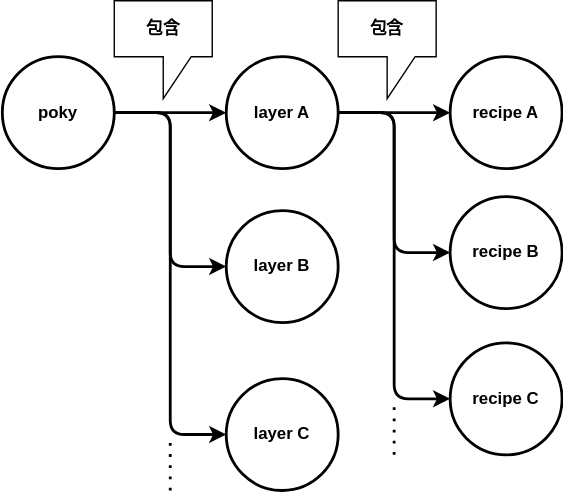
AngryMane/yocto-learning keeps this draw.io diagram as manual/docs/images/poky-layer-recipe.drawio.svg. Above is the earlier version. Source tidied: cells renumbered, new cells last; positions are measured from the earlier drawing's top-left corner, leaving out a move shared by most shapes.
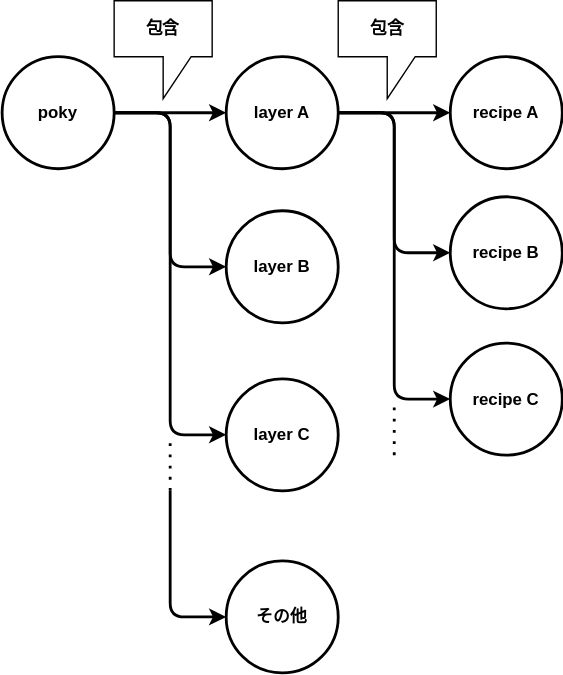
Later version of the same file.

Diff of the diagram source:
```diff
@@ -59,5 +59,16 @@
         <mxPoint x="280" y="284.5" as="targetPoint" />
       </mxGeometry>
     </mxCell>
+    <mxCell id="19" value="その他" style="ellipse;whiteSpace=wrap;html=1;fontStyle=1;strokeWidth=2;" parent="1" vertex="1">
+      <mxGeometry x="160" y="400" width="80" height="80" as="geometry" />
+    </mxCell>
+    <mxCell id="20" style="edgeStyle=orthogonalEdgeStyle;html=1;entryX=0;entryY=0.5;entryDx=0;entryDy=0;fontSize=12;strokeWidth=2;" parent="1" edge="1" target="19">
+      <mxGeometry relative="1" as="geometry">
+        <mxPoint x="120" y="350" as="sourcePoint" />
+        <Array as="points">
+          <mxPoint x="120" y="440" />
+        </Array>
+      </mxGeometry>
+    </mxCell>
   </root>
 </mxGraphModel>
```
